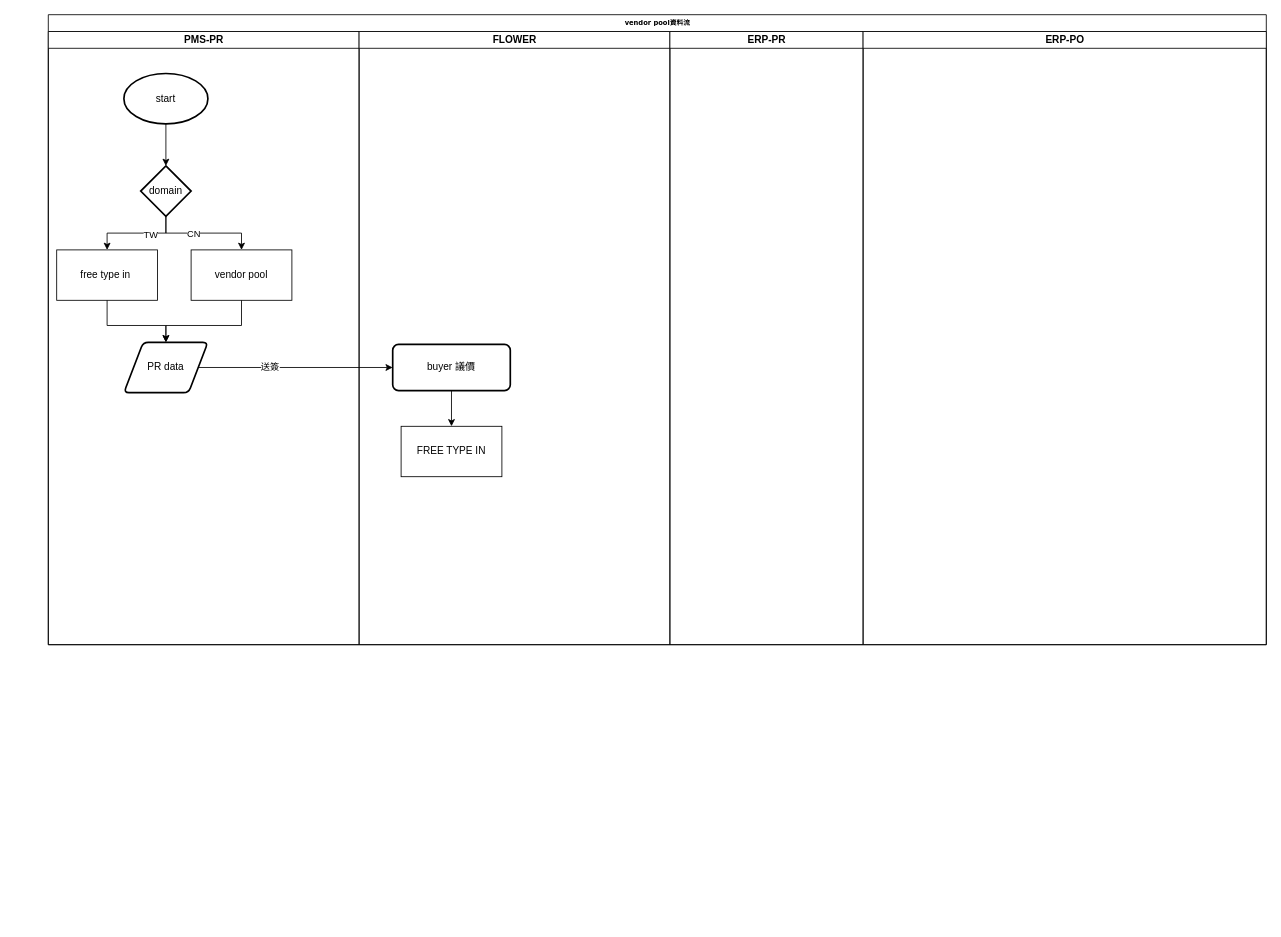
Earlier version of the draw.io diagram 未命名绘图.drawio (kevin94705/HW3M10923023). Source tidied: cells renumbered, new cells numbered last; positions are measured from the earlier drawing's top-left corner, leaving out a move shared by most shapes. Both pictures are drawn from the tidied source at 84%, with x=0, y=0 at pixel (48, 14).
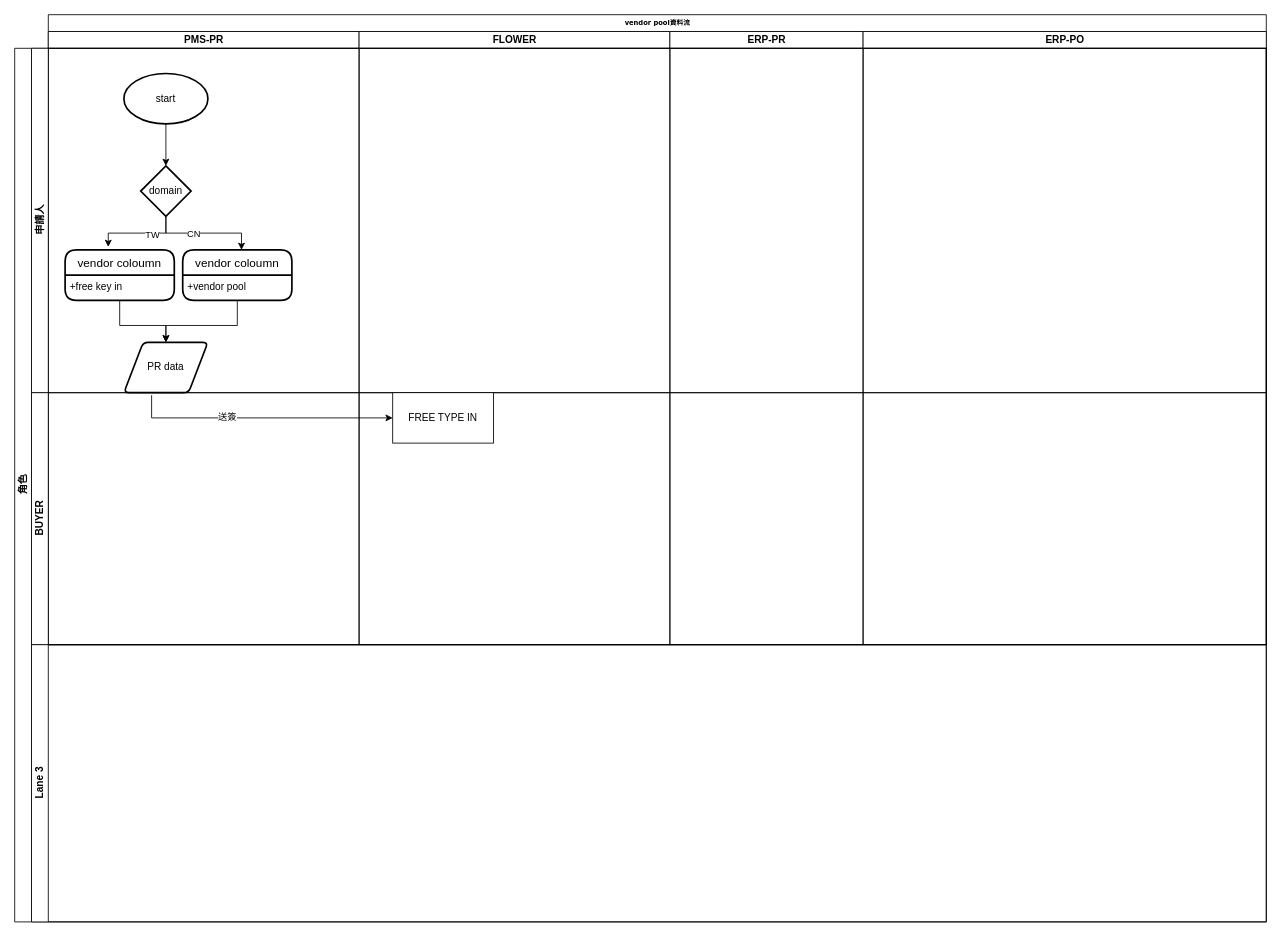
The same diagram, later.

Commit message:
更新未命名绘图.drawio

Unchanged cells that the change refers to:
```xml
<mxCell id="2" value="vendor pool資料流" style="swimlane;html=1;startSize=20;rounded=0;shadow=0;labelBackgroundColor=none;strokeWidth=1;fontFamily=Verdana;fontSize=8;align=center;" parent="1" vertex="1">
  <mxGeometry width="1450" height="750" as="geometry" />
</mxCell>
<mxCell id="3" value="PMS-PR" style="swimlane;html=1;startSize=20;" parent="2" vertex="1">
  <mxGeometry y="20" width="370" height="730" as="geometry" />
</mxCell>
<mxCell id="6" value="PR data" style="shape=parallelogram;html=1;strokeWidth=2;perimeter=parallelogramPerimeter;whiteSpace=wrap;rounded=1;arcSize=12;size=0.23;" parent="3" vertex="1">
  <mxGeometry x="90" y="370" width="100" height="60" as="geometry" />
</mxCell>
<mxCell id="13" value="domain" style="strokeWidth=2;html=1;shape=mxgraph.flowchart.decision;whiteSpace=wrap;" parent="3" vertex="1">
  <mxGeometry x="110" y="160" width="60" height="60" as="geometry" />
</mxCell>
<mxCell id="16" value="FLOWER" style="swimlane;html=1;startSize=20;" parent="2" vertex="1">
  <mxGeometry x="370" y="20" width="370" height="730" as="geometry" />
</mxCell>
```

Diff of the diagram source:
```diff
@@
-    <mxCell id="4" value="vendor pool" style="rounded=0;whiteSpace=wrap;html=1;" parent="3" vertex="1">
-      <mxGeometry x="170" y="260" width="120" height="60" as="geometry" />
-    </mxCell>
-    <mxCell id="5" value="free type in&amp;nbsp;" style="rounded=0;whiteSpace=wrap;html=1;" parent="3" vertex="1">
-      <mxGeometry x="10" y="260" width="120" height="60" as="geometry" />
-    </mxCell>
@@
-    <mxCell id="7" style="endArrow=classic;html=1;rounded=0;exitX=0.5;exitY=1;exitDx=0;exitDy=0;entryX=0.5;entryY=0;entryDx=0;entryDy=0;" parent="3" edge="1" source="5" target="6">
-      <mxGeometry relative="1" as="geometry">
-        <Array as="points">
-          <mxPoint x="70" y="350" />
-          <mxPoint x="140" y="350" />
-        </Array>
-      </mxGeometry>
-    </mxCell>
-    <mxCell id="8" style="endArrow=classic;html=1;rounded=0;exitX=0.5;exitY=1;exitDx=0;exitDy=0;entryX=0.5;entryY=0;entryDx=0;entryDy=0;" parent="3" edge="1" source="4" target="6">
-      <mxGeometry relative="1" as="geometry">
-        <Array as="points">
-          <mxPoint x="230" y="350" />
-          <mxPoint x="140" y="350" />
-        </Array>
-      </mxGeometry>
-    </mxCell>
@@
-    <mxCell id="11" style="edgeStyle=orthogonalEdgeStyle;rounded=0;jettySize=auto;html=1;" parent="3" edge="1" source="13" target="5">
-      <mxGeometry relative="1" as="geometry" />
-    </mxCell>
-    <mxCell id="12" value="TW" style="edgeLabel;html=1;align=center;verticalAlign=middle;" parent="11" vertex="1">
-      <mxGeometry x="-0.29" y="1" relative="1" as="geometry" />
-    </mxCell>
@@
-    <mxCell id="14" style="endArrow=classic;html=1;rounded=0;exitX=0.5;exitY=1;exitDx=0;exitDy=0;exitPerimeter=0;entryX=0.5;entryY=0;entryDx=0;entryDy=0;" parent="3" edge="1" source="13" target="4">
+    <mxCell id="14" style="endArrow=classic;html=1;rounded=0;exitX=0.5;exitY=1;exitDx=0;exitDy=0;exitPerimeter=0;" parent="3" edge="1" source="13">
       <mxGeometry relative="1" as="geometry">
+        <mxPoint x="230" y="260" as="targetPoint" />
         <Array as="points">
           <mxPoint x="140" y="240" />
           <mxPoint x="230" y="240" />
         </Array>
       </mxGeometry>
     </mxCell>
@@
-    <mxCell id="17" value="buyer 議價" style="rounded=1;whiteSpace=wrap;html=1;absoluteArcSize=1;arcSize=14;strokeWidth=2;" parent="16" vertex="1">
-      <mxGeometry x="40" y="372.5" width="140" height="55" as="geometry" />
-    </mxCell>
-    <mxCell id="18" value="FREE TYPE IN" style="rounded=0;whiteSpace=wrap;html=1;direction=east;" parent="16" vertex="1">
-      <mxGeometry x="50" y="470" width="120" height="60" as="geometry" />
-    </mxCell>
-    <mxCell id="19" style="endArrow=classic;html=1;rounded=0;exitX=0.5;exitY=1;exitDx=0;exitDy=0;entryX=0.5;entryY=0;entryDx=0;entryDy=0;" parent="16" edge="1" source="17" target="18">
-      <mxGeometry relative="1" as="geometry" />
-    </mxCell>
@@
+    <mxCell id="24" value="角色" style="swimlane;horizontal=0;startSize=20;html=1;" parent="1" vertex="1">
+      <mxGeometry x="-40" y="40" width="1490" height="1040" as="geometry" />
+    </mxCell>
+    <mxCell id="25" value="申請人" style="swimlane;startSize=20;horizontal=0;html=1;" parent="24" vertex="1">
+      <mxGeometry x="20" width="1470" height="410" as="geometry" />
+    </mxCell>
+    <mxCell id="26" value="vendor coloumn" style="swimlane;horizontal=1;startSize=30;rounded=1;fontSize=14;fontStyle=0;strokeWidth=2;shadow=0;dashed=0;align=center;" parent="25" vertex="1">
+      <mxGeometry x="40" y="240" width="130" height="60" as="geometry" />
+    </mxCell>
+    <mxCell id="27" value="+free key in" style="align=left;strokeColor=none;fillColor=none;spacingLeft=4;fontSize=12;verticalAlign=top;" parent="26" vertex="1">
+      <mxGeometry y="30" width="130" height="30" as="geometry" />
+    </mxCell>
+    <mxCell id="28" value="vendor coloumn" style="swimlane;horizontal=1;startSize=30;rounded=1;fontSize=14;fontStyle=0;strokeWidth=2;shadow=0;dashed=0;align=center;" parent="25" vertex="1">
+      <mxGeometry x="180" y="240" width="130" height="60" as="geometry" />
+    </mxCell>
+    <mxCell id="29" value="+vendor pool" style="align=left;strokeColor=none;fillColor=none;spacingLeft=4;fontSize=12;verticalAlign=top;" parent="28" vertex="1">
+      <mxGeometry y="30" width="130" height="30" as="geometry" />
+    </mxCell>
+    <mxCell id="30" value="BUYER" style="swimlane;startSize=20;horizontal=0;html=1;" parent="24" vertex="1">
+      <mxGeometry x="20" y="410" width="1470" height="300" as="geometry" />
+    </mxCell>
+    <mxCell id="18" value="FREE TYPE IN" style="rounded=0;whiteSpace=wrap;html=1;direction=east;" parent="30" vertex="1">
+      <mxGeometry x="430" width="120" height="60" as="geometry" />
+    </mxCell>
+    <mxCell id="31" value="Lane 3" style="swimlane;startSize=20;horizontal=0;html=1;" parent="24" vertex="1">
+      <mxGeometry x="20" y="710" width="1470" height="330" as="geometry" />
+    </mxCell>
-    <mxCell id="22" style="endArrow=classic;html=1;rounded=0;exitX=1;exitY=0.5;exitDx=0;exitDy=0;" parent="2" edge="1" source="6" target="17">
-      <mxGeometry relative="1" as="geometry" />
+    <mxCell id="22" style="endArrow=classic;html=1;rounded=0;exitX=0.33;exitY=1.05;exitDx=0;exitDy=0;exitPerimeter=0;entryX=0;entryY=0.5;entryDx=0;entryDy=0;" parent="1" edge="1" source="6" target="18">
+      <mxGeometry relative="1" as="geometry">
+        <Array as="points">
+          <mxPoint x="123" y="480" />
+        </Array>
+      </mxGeometry>
     </mxCell>
@@
+    <mxCell id="11" style="edgeStyle=orthogonalEdgeStyle;rounded=0;jettySize=auto;html=1;entryX=0.395;entryY=-0.059;entryDx=0;entryDy=0;entryPerimeter=0;" parent="1" edge="1" source="13" target="26">
+      <mxGeometry relative="1" as="geometry" />
+    </mxCell>
+    <mxCell id="12" value="TW" style="edgeLabel;html=1;align=center;verticalAlign=middle;" parent="11" vertex="1">
+      <mxGeometry x="-0.29" y="1" relative="1" as="geometry" />
+    </mxCell>
+    <mxCell id="8" style="endArrow=classic;html=1;rounded=0;entryX=0.5;entryY=0;entryDx=0;entryDy=0;exitX=0.5;exitY=1;exitDx=0;exitDy=0;" parent="1" edge="1" source="29" target="6">
+      <mxGeometry relative="1" as="geometry">
+        <Array as="points">
+          <mxPoint x="225" y="370" />
+          <mxPoint x="140" y="370" />
+        </Array>
+      </mxGeometry>
+    </mxCell>
+    <mxCell id="7" style="endArrow=classic;html=1;rounded=0;entryX=0.5;entryY=0;entryDx=0;entryDy=0;exitX=0.5;exitY=1;exitDx=0;exitDy=0;" parent="1" edge="1" source="27" target="6">
+      <mxGeometry relative="1" as="geometry">
+        <Array as="points">
+          <mxPoint x="85" y="370" />
+          <mxPoint x="140" y="370" />
+        </Array>
+      </mxGeometry>
+    </mxCell>
```
